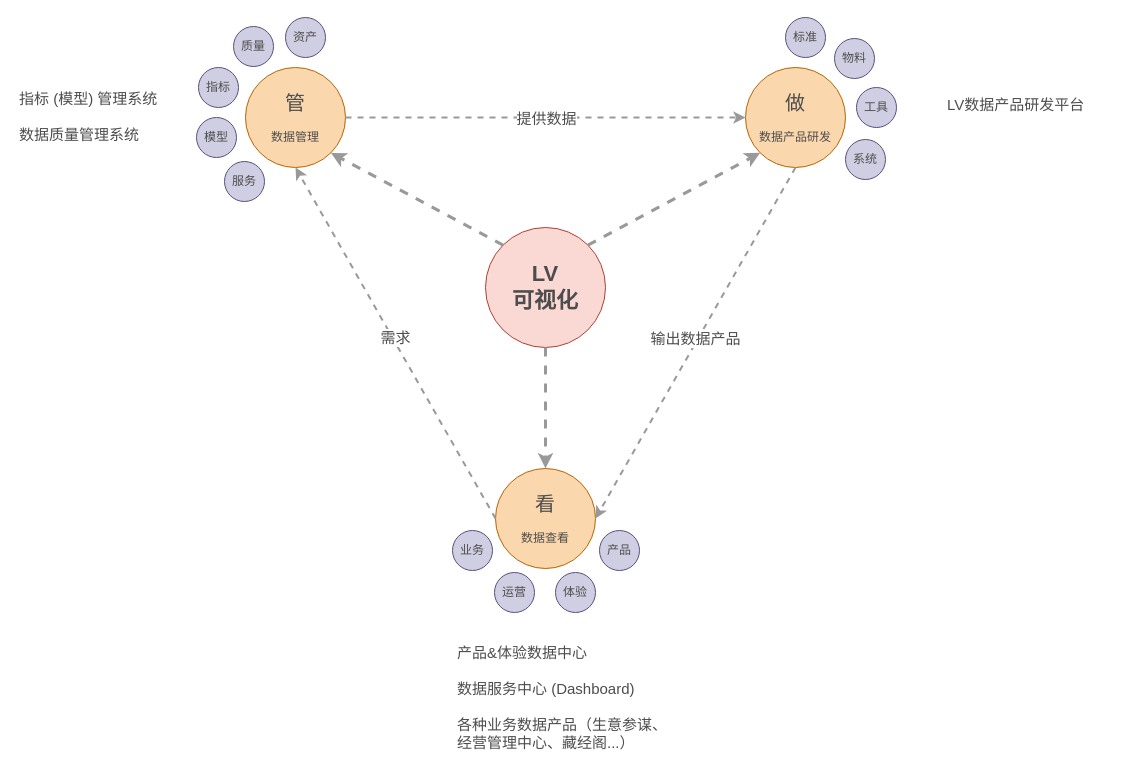
This is LV产品规划.drawio from zzuwzj/draw, a draw.io file, before an edit. Source tidied: cells renumbered, new cells numbered last; positions are measured from the earlier drawing's top-left corner, leaving out a move shared by most shapes. Both pictures are drawn from the tidied source at 100%, with x=0, y=0 at pixel (17, 17).
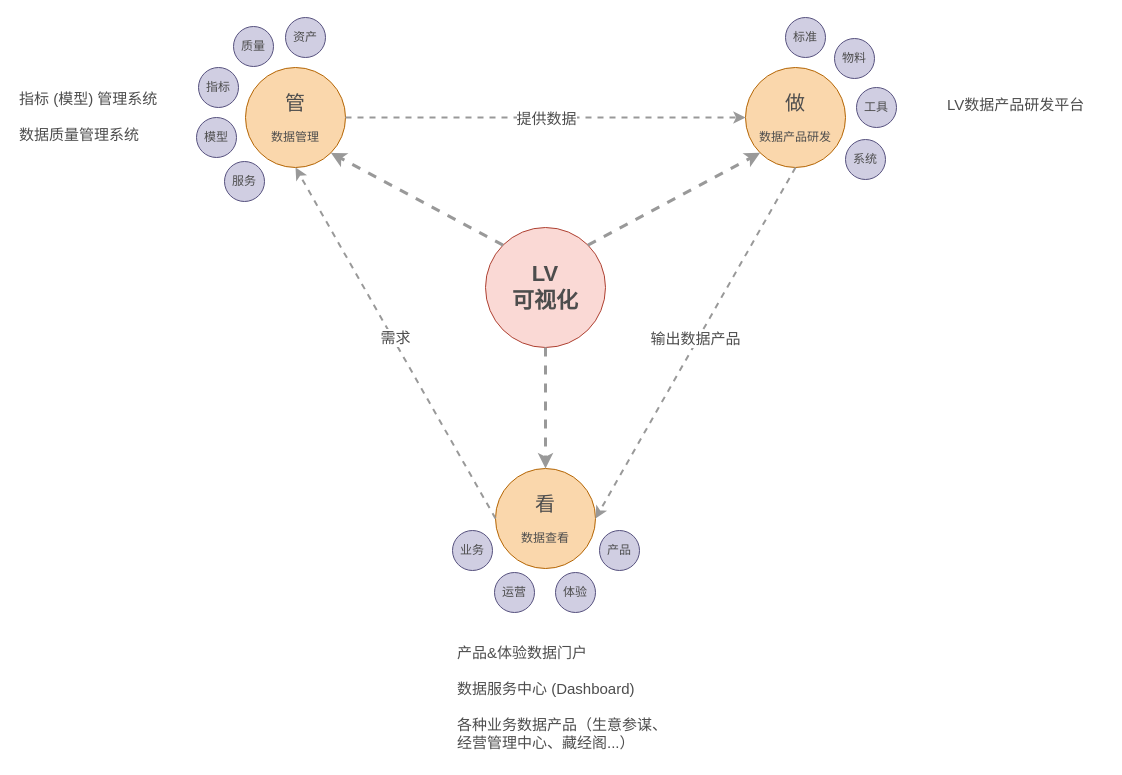
Above is the later version.

The edit, as a diff of the source:
```diff
@@
-    <mxCell id="24" value="产品&amp;amp;体验数据中心&lt;br&gt;&lt;br&gt;数据服务中心 (Dashboard)&lt;br&gt;&lt;br&gt;各种业务数据产品（生意参谋、经营管理中心、藏经阁...）" style="text;html=1;strokeColor=none;fillColor=none;align=left;verticalAlign=middle;whiteSpace=wrap;rounded=0;fontSize=15;fontColor=#4D4D4D;" parent="1" vertex="1">
+    <mxCell id="24" value="产品&amp;amp;体验数据门户&lt;br&gt;&lt;br&gt;数据服务中心 (Dashboard)&lt;br&gt;&lt;br&gt;各种业务数据产品（生意参谋、经营管理中心、藏经阁...）" style="text;html=1;strokeColor=none;fillColor=none;align=left;verticalAlign=middle;whiteSpace=wrap;rounded=0;fontSize=15;fontColor=#4D4D4D;" parent="1" vertex="1">
       <mxGeometry x="438" y="620" width="220" height="120" as="geometry" />
     </mxCell>
```
